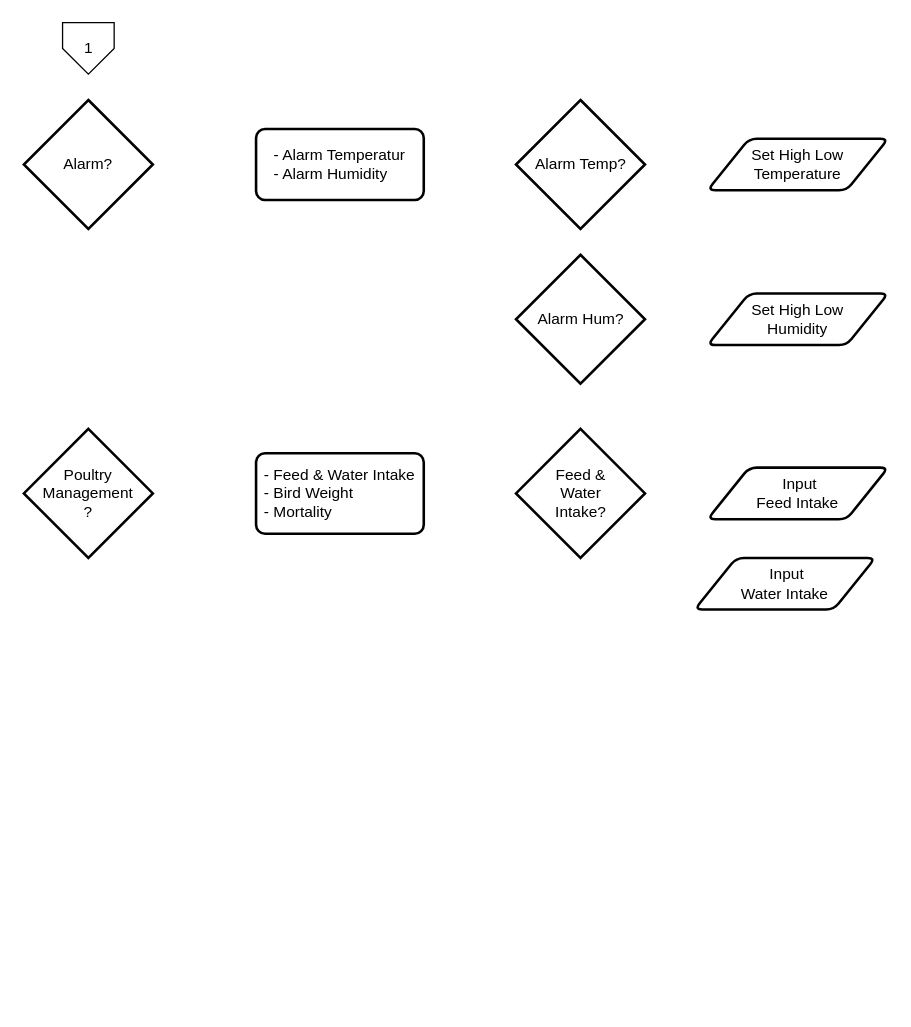
This is page "Setting_2" (2 of 3) of Embedded Climate Control.drawio from aufarachman39/Flowchart-PA, a draw.io file, before an edit. Source tidied: cells renumbered, new cells numbered last; positions are measured from the earlier drawing's top-left corner, leaving out a move shared by most shapes. Both pictures are drawn from the tidied source at 129%, with x=0, y=0 at pixel (23, 22).
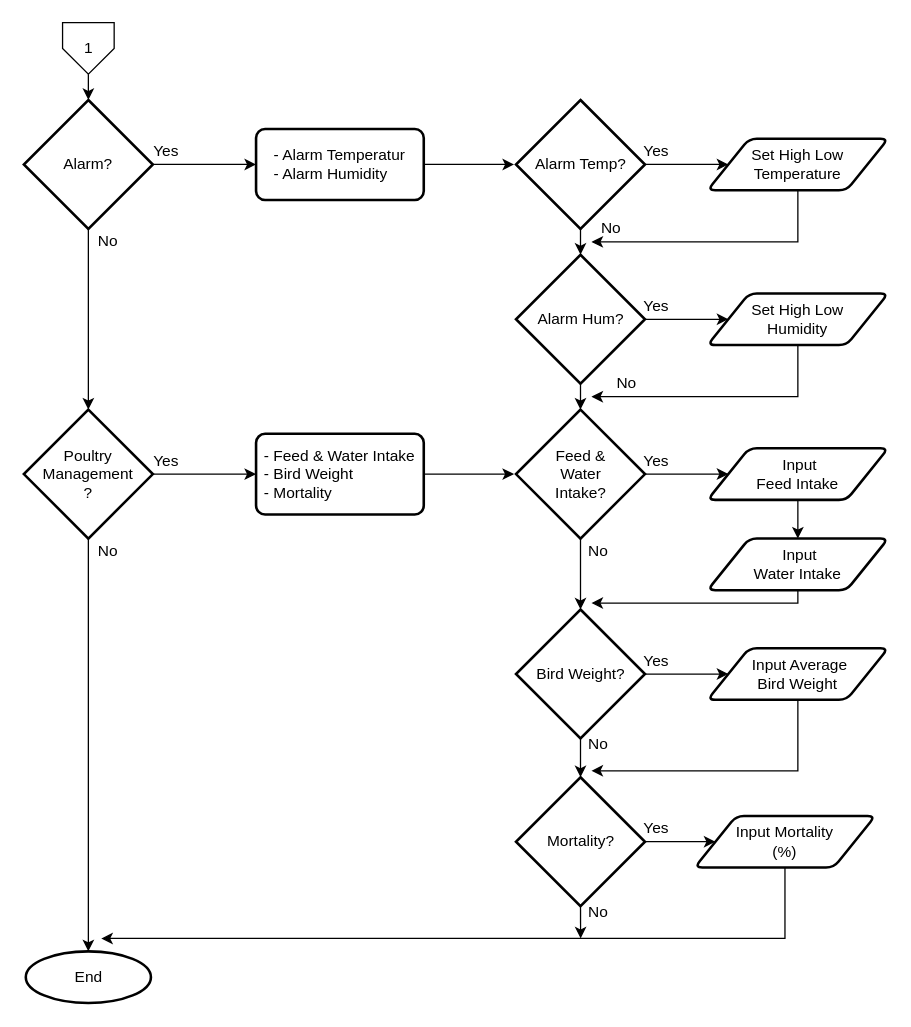
After the change.

Unchanged cells that the change refers to:
```xml
<mxCell id="2" style="verticalLabelPosition=bottom;verticalAlign=top;html=1;shape=offPageConnector;rounded=0;size=0.5;" parent="1" vertex="1">
  <mxGeometry x="30" width="40" height="40" as="geometry" />
</mxCell>
<mxCell id="4" value="Alarm?" style="strokeWidth=2;html=1;shape=mxgraph.flowchart.decision;whiteSpace=wrap;" parent="1" vertex="1">
  <mxGeometry y="60" width="100" height="100" as="geometry" />
</mxCell>
<mxCell id="5" value="&lt;div align=&quot;left&quot;&gt;- Alarm Temperatur&lt;br&gt;&lt;/div&gt;&lt;div align=&quot;left&quot;&gt;- Alarm Humidity&lt;br&gt;&lt;/div&gt;" style="rounded=1;whiteSpace=wrap;html=1;absoluteArcSize=1;arcSize=14;strokeWidth=2;" parent="1" vertex="1">
  <mxGeometry x="180" y="82.5" width="130" height="55" as="geometry" />
</mxCell>
<mxCell id="6" value="Alarm Temp?" style="strokeWidth=2;html=1;shape=mxgraph.flowchart.decision;whiteSpace=wrap;" parent="1" vertex="1">
  <mxGeometry x="381.5" y="60" width="100" height="100" as="geometry" />
</mxCell>
<mxCell id="7" value="&lt;div&gt;Set High Low&lt;/div&gt;&lt;div&gt;Temperature&lt;br&gt;&lt;/div&gt;" style="shape=parallelogram;html=1;strokeWidth=2;perimeter=parallelogramPerimeter;whiteSpace=wrap;rounded=1;arcSize=12;size=0.23;" parent="1" vertex="1">
  <mxGeometry x="530" y="90" width="140" height="40" as="geometry" />
</mxCell>
<mxCell id="8" value="Alarm Hum?" style="strokeWidth=2;html=1;shape=mxgraph.flowchart.decision;whiteSpace=wrap;" parent="1" vertex="1">
  <mxGeometry x="381.5" y="180" width="100" height="100" as="geometry" />
</mxCell>
<mxCell id="9" value="&lt;div&gt;Set High Low&lt;/div&gt;&lt;div&gt;Humidity&lt;br&gt;&lt;/div&gt;" style="shape=parallelogram;html=1;strokeWidth=2;perimeter=parallelogramPerimeter;whiteSpace=wrap;rounded=1;arcSize=12;size=0.23;" parent="1" vertex="1">
  <mxGeometry x="530" y="210" width="140" height="40" as="geometry" />
</mxCell>
```

What changed in the source:
```diff
@@
+    <mxCell id="15" style="edgeStyle=orthogonalEdgeStyle;rounded=0;jettySize=auto;html=1;exitX=0.5;exitY=1;exitDx=0;exitDy=0;entryX=0.5;entryY=0;entryDx=0;entryDy=0;entryPerimeter=0;" parent="1" edge="1" source="2" target="4">
+      <mxGeometry relative="1" as="geometry" />
+    </mxCell>
@@
+    <mxCell id="16" style="edgeStyle=orthogonalEdgeStyle;rounded=0;jettySize=auto;html=1;exitX=1;exitY=0.5;exitDx=0;exitDy=0;exitPerimeter=0;entryX=0;entryY=0.5;entryDx=0;entryDy=0;" parent="1" edge="1" source="4" target="5">
+      <mxGeometry relative="1" as="geometry" />
+    </mxCell>
+    <mxCell id="17" style="edgeStyle=orthogonalEdgeStyle;rounded=0;jettySize=auto;html=1;exitX=0.5;exitY=1;exitDx=0;exitDy=0;exitPerimeter=0;entryX=0.5;entryY=0;entryDx=0;entryDy=0;entryPerimeter=0;" parent="1" edge="1" source="4" target="10">
+      <mxGeometry relative="1" as="geometry" />
+    </mxCell>
@@
+    <mxCell id="18" style="edgeStyle=orthogonalEdgeStyle;rounded=0;jettySize=auto;html=1;exitX=1;exitY=0.5;exitDx=0;exitDy=0;" parent="1" edge="1" source="5">
+      <mxGeometry relative="1" as="geometry">
+        <mxPoint x="380" y="110" as="targetPoint" />
+      </mxGeometry>
+    </mxCell>
@@
+    <mxCell id="19" style="edgeStyle=orthogonalEdgeStyle;rounded=0;jettySize=auto;html=1;exitX=1;exitY=0.5;exitDx=0;exitDy=0;exitPerimeter=0;" parent="1" edge="1" source="6" target="7">
+      <mxGeometry relative="1" as="geometry" />
+    </mxCell>
+    <mxCell id="20" style="edgeStyle=orthogonalEdgeStyle;rounded=0;jettySize=auto;html=1;exitX=0.5;exitY=1;exitDx=0;exitDy=0;exitPerimeter=0;entryX=0.5;entryY=0;entryDx=0;entryDy=0;entryPerimeter=0;" parent="1" edge="1" source="6" target="8">
+      <mxGeometry relative="1" as="geometry" />
+    </mxCell>
@@
+    <mxCell id="21" style="edgeStyle=orthogonalEdgeStyle;rounded=0;jettySize=auto;html=1;exitX=0.5;exitY=1;exitDx=0;exitDy=0;" parent="1" edge="1" source="7">
+      <mxGeometry relative="1" as="geometry">
+        <mxPoint x="440" y="170" as="targetPoint" />
+        <Array as="points">
+          <mxPoint x="600" y="170" />
+          <mxPoint x="500" y="170" />
+        </Array>
+      </mxGeometry>
+    </mxCell>
@@
+    <mxCell id="22" style="edgeStyle=orthogonalEdgeStyle;rounded=0;jettySize=auto;html=1;exitX=1;exitY=0.5;exitDx=0;exitDy=0;exitPerimeter=0;entryX=0;entryY=0.5;entryDx=0;entryDy=0;" parent="1" edge="1" source="8" target="9">
+      <mxGeometry relative="1" as="geometry" />
+    </mxCell>
+    <mxCell id="23" style="edgeStyle=orthogonalEdgeStyle;rounded=0;jettySize=auto;html=1;exitX=0.5;exitY=1;exitDx=0;exitDy=0;exitPerimeter=0;entryX=0.5;entryY=0;entryDx=0;entryDy=0;entryPerimeter=0;" parent="1" edge="1" source="8" target="12">
+      <mxGeometry relative="1" as="geometry" />
+    </mxCell>
@@
+    <mxCell id="24" style="edgeStyle=orthogonalEdgeStyle;rounded=0;jettySize=auto;html=1;exitX=0.5;exitY=1;exitDx=0;exitDy=0;" parent="1" edge="1" source="9">
+      <mxGeometry relative="1" as="geometry">
+        <mxPoint x="440" y="290" as="targetPoint" />
+        <Array as="points">
+          <mxPoint x="600" y="290" />
+          <mxPoint x="520" y="290" />
+        </Array>
+      </mxGeometry>
+    </mxCell>
@@
+    <mxCell id="25" style="edgeStyle=orthogonalEdgeStyle;rounded=0;jettySize=auto;html=1;exitX=1;exitY=0.5;exitDx=0;exitDy=0;exitPerimeter=0;entryX=0;entryY=0.5;entryDx=0;entryDy=0;" parent="1" edge="1" source="10" target="11">
+      <mxGeometry relative="1" as="geometry" />
+    </mxCell>
+    <mxCell id="26" style="edgeStyle=orthogonalEdgeStyle;rounded=0;jettySize=auto;html=1;exitX=0.5;exitY=1;exitDx=0;exitDy=0;exitPerimeter=0;entryX=0.5;entryY=0;entryDx=0;entryDy=0;entryPerimeter=0;" parent="1" edge="1" source="10" target="43">
+      <mxGeometry relative="1" as="geometry" />
+    </mxCell>
     <mxCell id="10" value="&lt;div&gt;Poultry&lt;/div&gt;&lt;div&gt;Management&lt;/div&gt;&lt;div&gt;?&lt;br&gt;&lt;/div&gt;" style="strokeWidth=2;html=1;shape=mxgraph.flowchart.decision;whiteSpace=wrap;" parent="1" vertex="1">
-      <mxGeometry y="315" width="100" height="100" as="geometry" />
+      <mxGeometry y="300" width="100" height="100" as="geometry" />
     </mxCell>
+    <mxCell id="27" style="edgeStyle=orthogonalEdgeStyle;rounded=0;jettySize=auto;html=1;exitX=1;exitY=0.5;exitDx=0;exitDy=0;" parent="1" edge="1" source="11">
+      <mxGeometry relative="1" as="geometry">
+        <mxPoint x="380" y="350" as="targetPoint" />
+      </mxGeometry>
+    </mxCell>
     <mxCell id="11" value="&lt;div align=&quot;left&quot;&gt;- Feed &amp;amp; Water Intake&lt;br&gt;&lt;/div&gt;&lt;div align=&quot;left&quot;&gt;- Bird Weight&lt;/div&gt;&lt;div align=&quot;left&quot;&gt;- Mortality&lt;br&gt;&lt;/div&gt;" style="rounded=1;whiteSpace=wrap;html=1;absoluteArcSize=1;arcSize=14;strokeWidth=2;" parent="1" vertex="1">
-      <mxGeometry x="180" y="333.8" width="130" height="62.5" as="geometry" />
+      <mxGeometry x="180" y="318.8" width="130" height="62.5" as="geometry" />
     </mxCell>
+    <mxCell id="28" style="edgeStyle=orthogonalEdgeStyle;rounded=0;jettySize=auto;html=1;exitX=1;exitY=0.5;exitDx=0;exitDy=0;exitPerimeter=0;" parent="1" edge="1" source="12" target="13">
+      <mxGeometry relative="1" as="geometry" />
+    </mxCell>
+    <mxCell id="29" style="edgeStyle=orthogonalEdgeStyle;rounded=0;jettySize=auto;html=1;exitX=0.5;exitY=1;exitDx=0;exitDy=0;exitPerimeter=0;entryX=0.5;entryY=0;entryDx=0;entryDy=0;entryPerimeter=0;" parent="1" edge="1" source="12" target="34">
+      <mxGeometry relative="1" as="geometry" />
+    </mxCell>
     <mxCell id="12" value="&lt;div&gt;Feed &amp;amp;&lt;/div&gt;&lt;div&gt;Water&lt;/div&gt;&lt;div&gt;Intake?&lt;br&gt;&lt;/div&gt;" style="strokeWidth=2;html=1;shape=mxgraph.flowchart.decision;whiteSpace=wrap;" parent="1" vertex="1">
-      <mxGeometry x="381.5" y="315" width="100" height="100" as="geometry" />
+      <mxGeometry x="381.5" y="300" width="100" height="100" as="geometry" />
     </mxCell>
+    <mxCell id="30" style="edgeStyle=orthogonalEdgeStyle;rounded=0;jettySize=auto;html=1;exitX=0.5;exitY=1;exitDx=0;exitDy=0;entryX=0.5;entryY=0;entryDx=0;entryDy=0;" parent="1" edge="1" source="13" target="14">
+      <mxGeometry relative="1" as="geometry" />
+    </mxCell>
     <mxCell id="13" value="&lt;div&gt;&amp;nbsp;Input&lt;/div&gt;&lt;div&gt;Feed Intake&lt;/div&gt;" style="shape=parallelogram;html=1;strokeWidth=2;perimeter=parallelogramPerimeter;whiteSpace=wrap;rounded=1;arcSize=12;size=0.23;" parent="1" vertex="1">
-      <mxGeometry x="530" y="345" width="140" height="40" as="geometry" />
+      <mxGeometry x="530" y="330" width="140" height="40" as="geometry" />
     </mxCell>
+    <mxCell id="31" style="edgeStyle=orthogonalEdgeStyle;rounded=0;jettySize=auto;html=1;exitX=0.5;exitY=1;exitDx=0;exitDy=0;" parent="1" edge="1" source="14">
+      <mxGeometry relative="1" as="geometry">
+        <mxPoint x="440" y="450" as="targetPoint" />
+        <Array as="points">
+          <mxPoint x="600" y="450" />
+        </Array>
+      </mxGeometry>
+    </mxCell>
     <mxCell id="14" value="&lt;div&gt;&amp;nbsp;Input&lt;/div&gt;&lt;div&gt;Water Intake&lt;/div&gt;" style="shape=parallelogram;html=1;strokeWidth=2;perimeter=parallelogramPerimeter;whiteSpace=wrap;rounded=1;arcSize=12;size=0.23;" parent="1" vertex="1">
-      <mxGeometry x="520" y="415" width="140" height="40" as="geometry" />
+      <mxGeometry x="530" y="400" width="140" height="40" as="geometry" />
     </mxCell>
+    <mxCell id="32" style="edgeStyle=orthogonalEdgeStyle;rounded=0;jettySize=auto;html=1;exitX=0.5;exitY=1;exitDx=0;exitDy=0;exitPerimeter=0;entryX=0.5;entryY=0;entryDx=0;entryDy=0;entryPerimeter=0;" parent="1" edge="1" source="34" target="39">
+      <mxGeometry relative="1" as="geometry" />
+    </mxCell>
+    <mxCell id="33" style="edgeStyle=orthogonalEdgeStyle;rounded=0;jettySize=auto;html=1;exitX=1;exitY=0.5;exitDx=0;exitDy=0;exitPerimeter=0;entryX=0;entryY=0.5;entryDx=0;entryDy=0;" parent="1" edge="1" source="34" target="36">
+      <mxGeometry relative="1" as="geometry" />
+    </mxCell>
+    <mxCell id="34" value="Bird Weight?" style="strokeWidth=2;html=1;shape=mxgraph.flowchart.decision;whiteSpace=wrap;" parent="1" vertex="1">
+      <mxGeometry x="381.5" y="455" width="100" height="100" as="geometry" />
+    </mxCell>
+    <mxCell id="35" style="edgeStyle=orthogonalEdgeStyle;rounded=0;jettySize=auto;html=1;exitX=0.5;exitY=1;exitDx=0;exitDy=0;" parent="1" edge="1" source="36">
+      <mxGeometry relative="1" as="geometry">
+        <mxPoint x="440" y="580" as="targetPoint" />
+        <Array as="points">
+          <mxPoint x="600" y="580" />
+        </Array>
+      </mxGeometry>
+    </mxCell>
+    <mxCell id="36" value="&lt;div&gt;&amp;nbsp;Input Average&lt;br&gt;&lt;/div&gt;&lt;div&gt;Bird Weight&lt;br&gt;&lt;/div&gt;" style="shape=parallelogram;html=1;strokeWidth=2;perimeter=parallelogramPerimeter;whiteSpace=wrap;rounded=1;arcSize=12;size=0.23;" parent="1" vertex="1">
+      <mxGeometry x="530" y="485" width="140" height="40" as="geometry" />
+    </mxCell>
+    <mxCell id="37" style="edgeStyle=orthogonalEdgeStyle;rounded=0;jettySize=auto;html=1;exitX=1;exitY=0.5;exitDx=0;exitDy=0;exitPerimeter=0;entryX=0;entryY=0.5;entryDx=0;entryDy=0;" parent="1" edge="1" source="39" target="41">
+      <mxGeometry relative="1" as="geometry" />
+    </mxCell>
+    <mxCell id="38" style="edgeStyle=orthogonalEdgeStyle;rounded=0;jettySize=auto;html=1;exitX=0.5;exitY=1;exitDx=0;exitDy=0;exitPerimeter=0;" parent="1" edge="1" source="39">
+      <mxGeometry relative="1" as="geometry">
+        <mxPoint x="431.6" y="710" as="targetPoint" />
+      </mxGeometry>
+    </mxCell>
+    <mxCell id="39" value="Mortality?" style="strokeWidth=2;html=1;shape=mxgraph.flowchart.decision;whiteSpace=wrap;" parent="1" vertex="1">
+      <mxGeometry x="381.5" y="585" width="100" height="100" as="geometry" />
+    </mxCell>
+    <mxCell id="40" style="edgeStyle=orthogonalEdgeStyle;rounded=0;jettySize=auto;html=1;exitX=0.5;exitY=1;exitDx=0;exitDy=0;" parent="1" edge="1" source="41">
+      <mxGeometry relative="1" as="geometry">
+        <mxPoint x="60" y="710" as="targetPoint" />
+        <Array as="points">
+          <mxPoint x="590" y="710" />
+          <mxPoint x="70" y="710" />
+        </Array>
+      </mxGeometry>
+    </mxCell>
+    <mxCell id="41" value="&lt;div&gt;Input Mortality&lt;/div&gt;&lt;div&gt;(%)&lt;br&gt;&lt;/div&gt;" style="shape=parallelogram;html=1;strokeWidth=2;perimeter=parallelogramPerimeter;whiteSpace=wrap;rounded=1;arcSize=12;size=0.23;" parent="1" vertex="1">
+      <mxGeometry x="520" y="615" width="140" height="40" as="geometry" />
+    </mxCell>
+    <mxCell id="42" style="edgeStyle=orthogonalEdgeStyle;rounded=0;orthogonalLoop=1;jettySize=auto;html=1;exitX=0.5;exitY=1;exitDx=0;exitDy=0;" parent="1" edge="1" source="41" target="41">
+      <mxGeometry relative="1" as="geometry" />
+    </mxCell>
+    <mxCell id="43" value="End" style="strokeWidth=2;html=1;shape=mxgraph.flowchart.start_1;whiteSpace=wrap;" parent="1" vertex="1">
+      <mxGeometry x="1.5" y="720" width="97" height="40" as="geometry" />
+    </mxCell>
+    <mxCell id="44" value="Yes" style="text;html=1;align=center;verticalAlign=middle;" parent="1" vertex="1">
+      <mxGeometry x="90" y="90" width="40" height="20" as="geometry" />
+    </mxCell>
+    <mxCell id="45" value="Yes" style="text;html=1;align=center;verticalAlign=middle;" parent="1" vertex="1">
+      <mxGeometry x="90" y="330" width="40" height="20" as="geometry" />
+    </mxCell>
+    <mxCell id="46" value="Yes" style="text;html=1;align=center;verticalAlign=middle;" parent="1" vertex="1">
+      <mxGeometry x="470" y="90" width="40" height="20" as="geometry" />
+    </mxCell>
+    <mxCell id="47" value="Yes" style="text;html=1;align=center;verticalAlign=middle;" parent="1" vertex="1">
+      <mxGeometry x="470" y="210" width="40" height="20" as="geometry" />
+    </mxCell>
+    <mxCell id="48" value="Yes" style="text;html=1;align=center;verticalAlign=middle;" parent="1" vertex="1">
+      <mxGeometry x="470" y="330" width="40" height="20" as="geometry" />
+    </mxCell>
+    <mxCell id="49" value="Yes" style="text;html=1;align=center;verticalAlign=middle;" parent="1" vertex="1">
+      <mxGeometry x="470" y="485" width="40" height="20" as="geometry" />
+    </mxCell>
+    <mxCell id="50" value="Yes" style="text;html=1;align=center;verticalAlign=middle;" parent="1" vertex="1">
+      <mxGeometry x="470" y="615" width="40" height="20" as="geometry" />
+    </mxCell>
+    <mxCell id="51" value="No" style="text;html=1;align=center;verticalAlign=middle;" parent="1" vertex="1">
+      <mxGeometry x="50" y="160" width="30" height="20" as="geometry" />
+    </mxCell>
+    <mxCell id="52" value="No" style="text;html=1;align=center;verticalAlign=middle;" parent="1" vertex="1">
+      <mxGeometry x="50" y="400" width="30" height="20" as="geometry" />
+    </mxCell>
+    <mxCell id="53" value="No" style="text;html=1;align=center;verticalAlign=middle;" parent="1" vertex="1">
+      <mxGeometry x="440" y="150" width="30" height="20" as="geometry" />
+    </mxCell>
+    <mxCell id="54" value="No" style="text;html=1;align=center;verticalAlign=middle;" parent="1" vertex="1">
+      <mxGeometry x="451.5" y="270" width="30" height="20" as="geometry" />
+    </mxCell>
+    <mxCell id="55" value="No" style="text;html=1;align=center;verticalAlign=middle;" parent="1" vertex="1">
+      <mxGeometry x="430" y="400" width="30" height="20" as="geometry" />
+    </mxCell>
+    <mxCell id="56" value="No" style="text;html=1;align=center;verticalAlign=middle;" parent="1" vertex="1">
+      <mxGeometry x="430" y="680" width="30" height="20" as="geometry" />
+    </mxCell>
+    <mxCell id="57" value="No" style="text;html=1;align=center;verticalAlign=middle;" parent="1" vertex="1">
+      <mxGeometry x="430" y="550" width="30" height="20" as="geometry" />
+    </mxCell>
```
